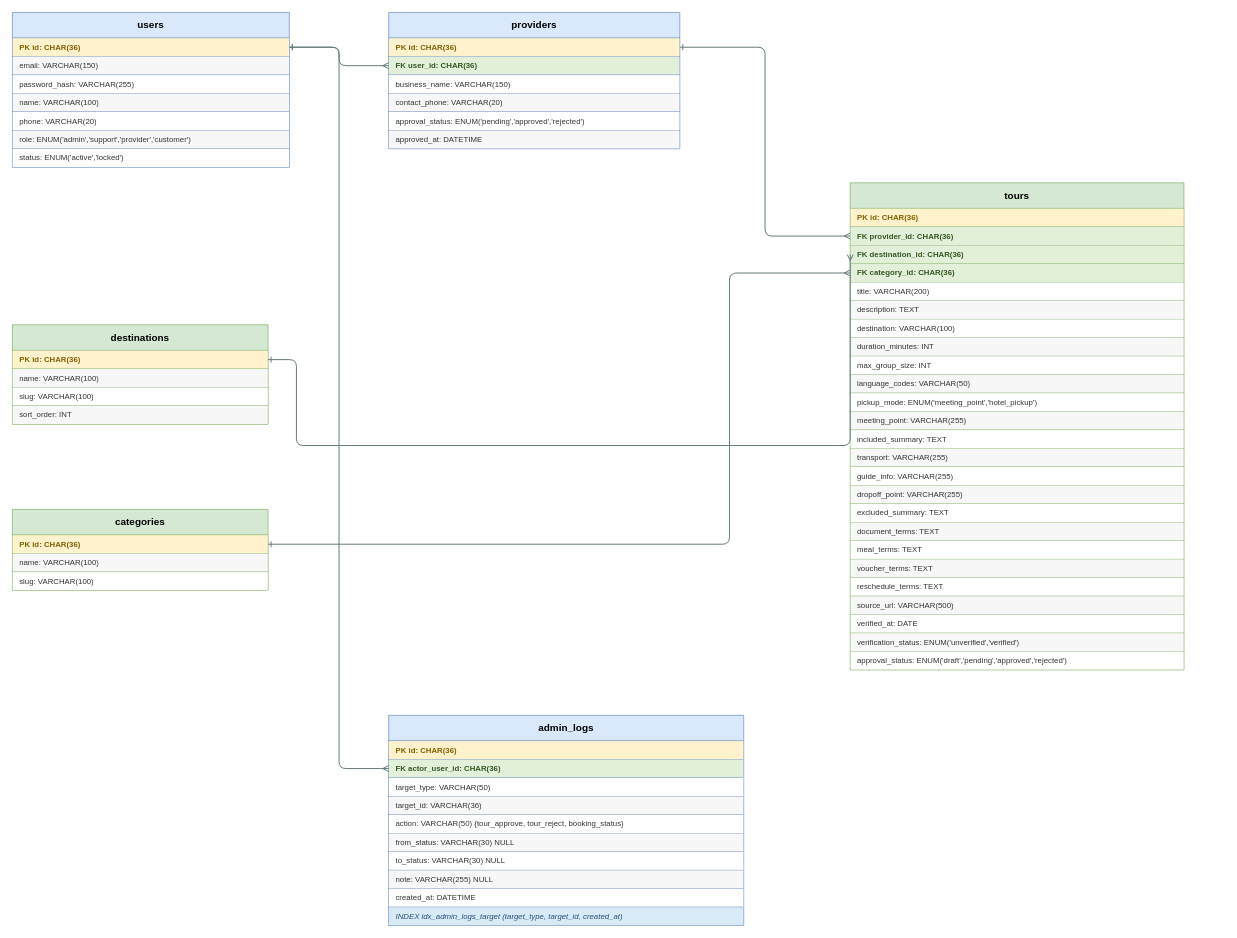
Earlier version of the draw.io diagram page "01 Core & Catalog" (1 of 5) of docs/diagram/localtour-erd.drawio (kannar04/LocalTour_Project). Source tidied: cells renumbered, new cells numbered last; positions are measured from the earlier drawing's top-left corner, leaving out a move shared by most shapes. Both pictures are drawn from the tidied source at 71%, with x=0, y=0 at pixel (12, 12).
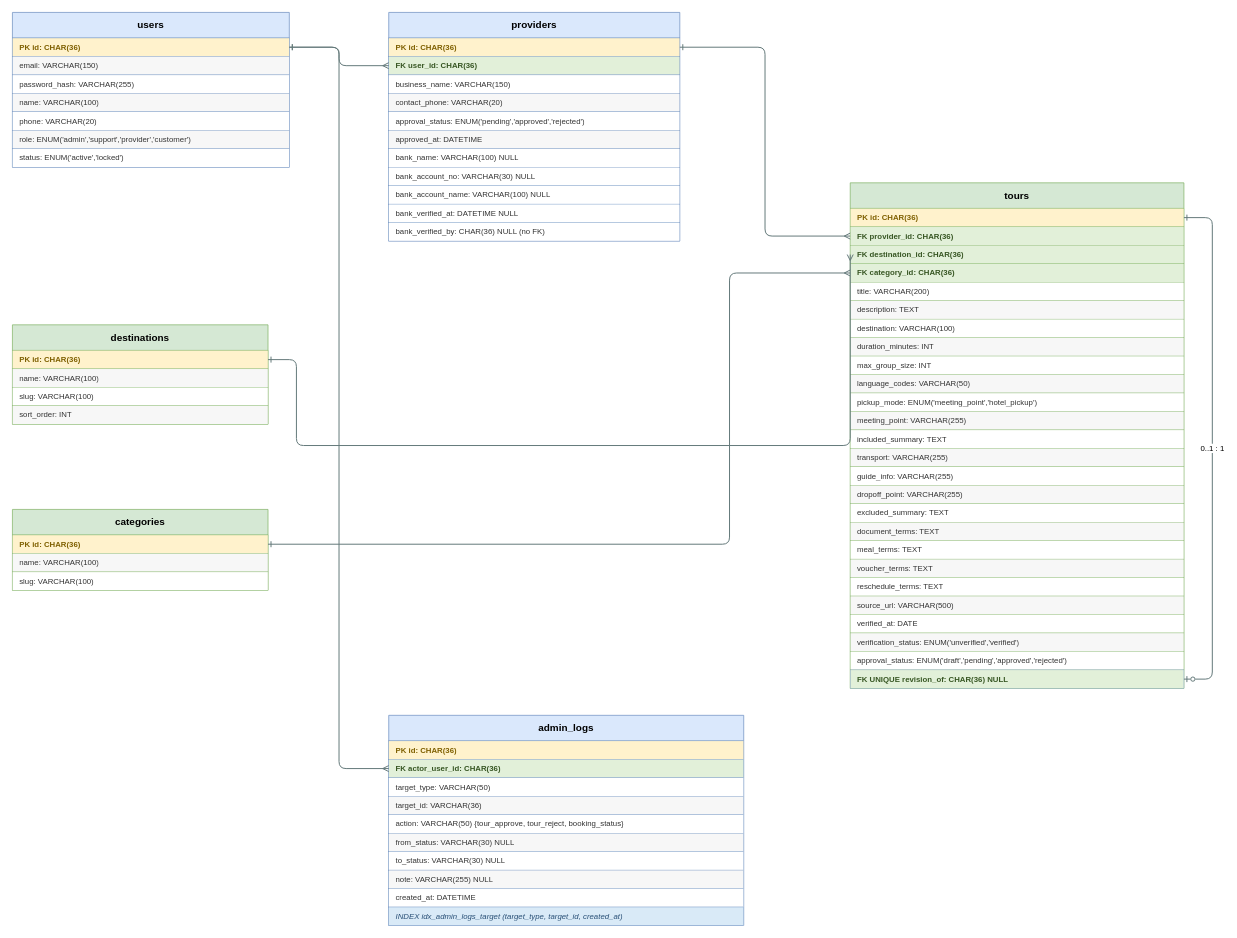
The same diagram, later.

Unchanged cells that the change refers to:
```xml
<mxCell id="14" value="PK id: CHAR(36)" style="text;html=1;align=left;verticalAlign=middle;spacingLeft=8;whiteSpace=wrap;overflow=hidden;fillColor=#fff2cc;strokeColor=#82b366;strokeWidth=0.5;fontSize=11;fontStyle=1;fontColor=#7f6000;" parent="13" vertex="1">
  <mxGeometry y="36" width="470" height="26" as="geometry" />
</mxCell>
```

The edit, as a diff of the source:
```diff
@@
     <mxCell id="13" value="tours" style="swimlane;startSize=36;horizontal=1;rounded=0;html=1;whiteSpace=wrap;fontStyle=1;fontSize=14;align=center;verticalAlign=middle;fillColor=#d5e8d4;strokeColor=#82b366;swimlaneFillColor=#ffffff;" parent="1" vertex="1">
-      <mxGeometry x="1180" y="240" width="470" height="686" as="geometry" />
+      <mxGeometry x="1180" y="240" width="470" height="712" as="geometry" />
     </mxCell>
@@
+    <mxCell id="68" value="FK UNIQUE revision_of: CHAR(36) NULL" style="text;html=1;align=left;verticalAlign=middle;spacingLeft=8;whiteSpace=wrap;overflow=hidden;fillColor=#ffffff;strokeColor=#6c8ebf;strokeWidth=0.5;fontSize=11;fontColor=#333333;fillColor=#e2f0d9;fontStyle=1;fontColor=#375623;" parent="13" vertex="1">
+      <mxGeometry y="686" width="470" height="26" as="geometry" />
+    </mxCell>
@@
     <mxCell id="44" value="providers" style="swimlane;startSize=36;horizontal=1;rounded=0;html=1;whiteSpace=wrap;fontStyle=1;fontSize=14;align=center;verticalAlign=middle;fillColor=#dae8fc;strokeColor=#6c8ebf;swimlaneFillColor=#ffffff;" parent="1" vertex="1">
-      <mxGeometry x="530" width="410" height="192" as="geometry" />
+      <mxGeometry x="530" width="410" height="322" as="geometry" />
     </mxCell>
@@
+    <mxCell id="69" value="bank_name: VARCHAR(100) NULL" style="text;html=1;align=left;verticalAlign=middle;spacingLeft=8;whiteSpace=wrap;overflow=hidden;fillColor=#ffffff;strokeColor=#6c8ebf;strokeWidth=0.5;fontSize=11;fontColor=#333333;" parent="44" vertex="1">
+      <mxGeometry y="192" width="410" height="26" as="geometry" />
+    </mxCell>
+    <mxCell id="70" value="bank_account_no: VARCHAR(30) NULL" style="text;html=1;align=left;verticalAlign=middle;spacingLeft=8;whiteSpace=wrap;overflow=hidden;fillColor=#ffffff;strokeColor=#6c8ebf;strokeWidth=0.5;fontSize=11;fontColor=#333333;" parent="44" vertex="1">
+      <mxGeometry y="218" width="410" height="26" as="geometry" />
+    </mxCell>
+    <mxCell id="71" value="bank_account_name: VARCHAR(100) NULL" style="text;html=1;align=left;verticalAlign=middle;spacingLeft=8;whiteSpace=wrap;overflow=hidden;fillColor=#ffffff;strokeColor=#6c8ebf;strokeWidth=0.5;fontSize=11;fontColor=#333333;" parent="44" vertex="1">
+      <mxGeometry y="244" width="410" height="26" as="geometry" />
+    </mxCell>
+    <mxCell id="72" value="bank_verified_at: DATETIME NULL" style="text;html=1;align=left;verticalAlign=middle;spacingLeft=8;whiteSpace=wrap;overflow=hidden;fillColor=#ffffff;strokeColor=#6c8ebf;strokeWidth=0.5;fontSize=11;fontColor=#333333;" parent="44" vertex="1">
+      <mxGeometry y="270" width="410" height="26" as="geometry" />
+    </mxCell>
+    <mxCell id="73" value="bank_verified_by: CHAR(36) NULL (no FK)" style="text;html=1;align=left;verticalAlign=middle;spacingLeft=8;whiteSpace=wrap;overflow=hidden;fillColor=#ffffff;strokeColor=#6c8ebf;strokeWidth=0.5;fontSize=11;fontColor=#333333;" parent="44" vertex="1">
+      <mxGeometry y="296" width="410" height="26" as="geometry" />
+    </mxCell>
@@
+    <mxCell id="74" value="0..1 : 1" style="edgeStyle=orthogonalEdgeStyle;rounded=1;jettySize=auto;html=1;strokeWidth=1.4;strokeColor=#64797A;startArrow=ERzeroToOne;startFill=0;endArrow=ERone;endFill=0;exitX=1;exitY=0.5;entryX=1;entryY=0.5;" parent="1" edge="1" source="68" target="14">
+      <mxGeometry relative="1" as="geometry">
+        <Array as="points">
+          <mxPoint x="1690" y="939" />
+          <mxPoint x="1690" y="289" />
+        </Array>
+      </mxGeometry>
+    </mxCell>
```
